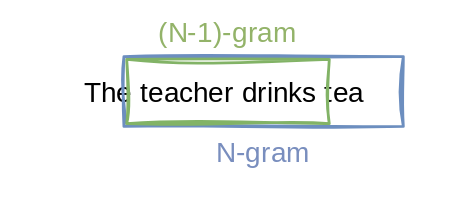
Earlier version of the draw.io export docs/img/language-models-n-grams.drawio.svg (pkeilbach/htwg-practical-nlp). Source tidied: cells renumbered, new cells last; positions are measured from the earlier drawing's top-left corner, leaving out a move shared by most shapes.
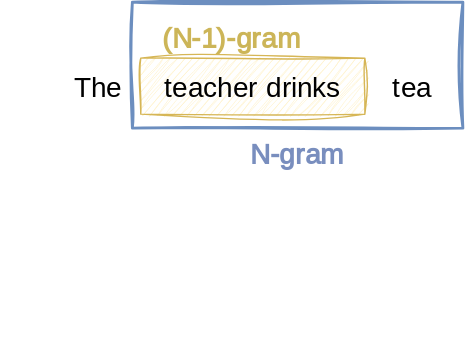
After the commit.

Commit message:
post lecture updates

Diff of the diagram source:
```diff
@@ -2,17 +2,23 @@
   <root>
     <mxCell id="0" />
     <mxCell id="1" parent="0" />
-    <mxCell id="2" value="The teacher drinks tea" style="text;html=1;strokeColor=none;fillColor=none;align=center;verticalAlign=middle;whiteSpace=wrap;rounded=0;sketch=1;hachureGap=4;jiggle=2;curveFitting=1;fontFamily=Architects Daughter;fontSource=https%3A%2F%2Ffonts.googleapis.com%2Fcss%3Ffamily%3DArchitects%2BDaughter;fontSize=20;" parent="1" vertex="1">
-      <mxGeometry y="50" width="320" height="30" as="geometry" />
-    </mxCell>
-    <mxCell id="3" value="N-gram" style="rounded=0;whiteSpace=wrap;html=1;sketch=1;hachureGap=4;jiggle=2;curveFitting=1;fontFamily=Architects Daughter;fontSource=https%3A%2F%2Ffonts.googleapis.com%2Fcss%3Ffamily%3DArchitects%2BDaughter;fontSize=20;fillColor=none;strokeColor=#6c8ebf;strokeWidth=2;labelPosition=center;verticalLabelPosition=bottom;align=center;verticalAlign=top;fontColor=#798ebe;" parent="1" vertex="1">
-      <mxGeometry x="88" y="40" width="200" height="50" as="geometry" />
+    <mxCell id="3" value="&lt;b&gt;N-gram&lt;/b&gt;" style="rounded=0;whiteSpace=wrap;html=1;sketch=1;hachureGap=4;jiggle=2;curveFitting=1;fontFamily=Architects Daughter;fontSource=https%3A%2F%2Ffonts.googleapis.com%2Fcss%3Ffamily%3DArchitects%2BDaughter;fontSize=20;fillColor=none;strokeColor=#6c8ebf;strokeWidth=2;labelPosition=center;verticalLabelPosition=bottom;align=center;verticalAlign=top;fontColor=#798ebe;" parent="1" vertex="1">
+      <mxGeometry x="94" y="-110" width="236" height="90" as="geometry" />
     </mxCell>
+    <mxCell id="5" style="swimlane;startSize=0;sketch=1;hachureGap=4;jiggle=2;curveFitting=1;fontFamily=Architects Daughter;fontSource=https%3A%2F%2Ffonts.googleapis.com%2Fcss%3Ffamily%3DArchitects%2BDaughter;fontSize=20;strokeColor=none;" parent="1" vertex="1">
+      <mxGeometry width="320" height="140" as="geometry" />
+    </mxCell>
+    <mxCell id="6" value="The" style="text;html=1;strokeColor=none;fillColor=none;align=center;verticalAlign=middle;whiteSpace=wrap;rounded=0;sketch=1;hachureGap=4;jiggle=2;curveFitting=1;fontFamily=Architects Daughter;fontSource=https%3A%2F%2Ffonts.googleapis.com%2Fcss%3Ffamily%3DArchitects%2BDaughter;fontSize=20;" parent="1" vertex="1">
+      <mxGeometry x="40" y="-70" width="60" height="40" as="geometry" />
+    </mxCell>
+    <mxCell id="7" value="teacher drinks" style="text;html=1;strokeColor=#d6b656;fillColor=#fff2cc;align=center;verticalAlign=middle;whiteSpace=wrap;rounded=0;sketch=1;hachureGap=4;jiggle=2;curveFitting=1;fontFamily=Architects Daughter;fontSource=https%3A%2F%2Ffonts.googleapis.com%2Fcss%3Ffamily%3DArchitects%2BDaughter;fontSize=20;" parent="1" vertex="1">
+      <mxGeometry x="100" y="-70" width="160" height="40" as="geometry" />
+    </mxCell>
+    <mxCell id="8" value="tea" style="text;html=1;strokeColor=none;fillColor=none;align=center;verticalAlign=middle;whiteSpace=wrap;rounded=0;sketch=1;hachureGap=4;jiggle=2;curveFitting=1;fontFamily=Architects Daughter;fontSource=https%3A%2F%2Ffonts.googleapis.com%2Fcss%3Ffamily%3DArchitects%2BDaughter;fontSize=20;" parent="1" vertex="1">
+      <mxGeometry x="264" y="-70" width="60" height="40" as="geometry" />
+    </mxCell>
-    <mxCell id="4" value="(N-1)-gram" style="rounded=0;whiteSpace=wrap;html=1;sketch=1;hachureGap=4;jiggle=2;curveFitting=1;fontFamily=Architects Daughter;fontSource=https%3A%2F%2Ffonts.googleapis.com%2Fcss%3Ffamily%3DArchitects%2BDaughter;fontSize=20;fillColor=none;strokeWidth=2;strokeColor=#82b366;labelPosition=center;verticalLabelPosition=top;align=center;verticalAlign=bottom;fontColor=#93b369;spacingLeft=0;spacingBottom=5;" parent="1" vertex="1">
-      <mxGeometry x="90" y="42" width="145" height="46" as="geometry" />
+    <mxCell id="4" value="(N-1)-gram" style="text;html=1;strokeColor=none;fillColor=none;align=center;verticalAlign=middle;whiteSpace=wrap;rounded=0;sketch=1;hachureGap=4;jiggle=2;curveFitting=1;fontFamily=Architects Daughter;fontSource=https%3A%2F%2Ffonts.googleapis.com%2Fcss%3Ffamily%3DArchitects%2BDaughter;fontSize=20;fontStyle=1;fontColor=#ccb558;" parent="1" vertex="1">
+      <mxGeometry x="100" y="-100" width="130" height="30" as="geometry" />
     </mxCell>
-    <mxCell id="5" style="swimlane;startSize=0;sketch=1;hachureGap=4;jiggle=2;curveFitting=1;fontFamily=Architects Daughter;fontSource=https%3A%2F%2Ffonts.googleapis.com%2Fcss%3Ffamily%3DArchitects%2BDaughter;fontSize=20;strokeColor=none;" parent="1" vertex="1">
-      <mxGeometry width="320" height="140" as="geometry" />
-    </mxCell>
   </root>
 </mxGraphModel>
```
